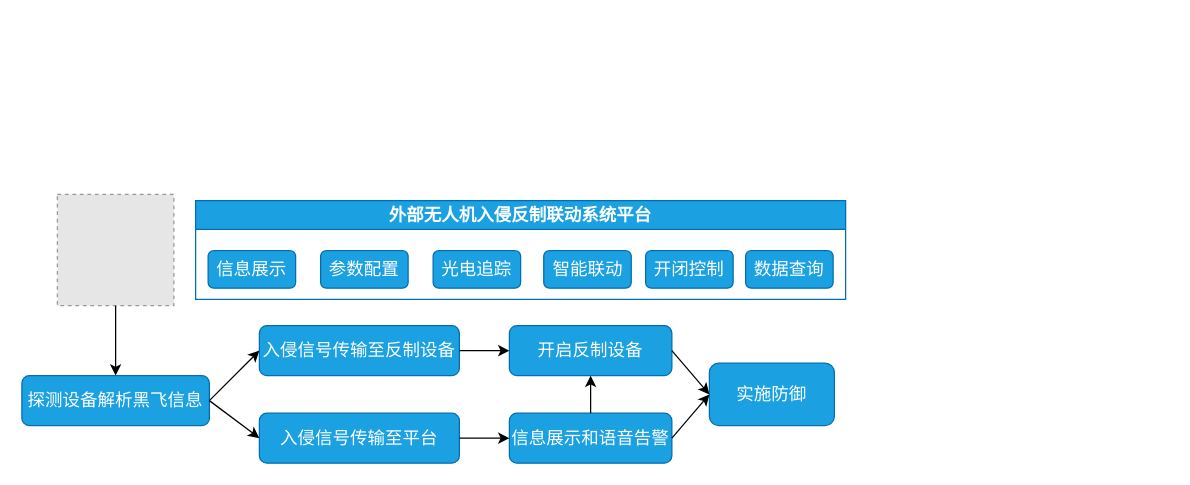
Above: 无人机原理图.drawio in linweihongvicky/mydrawio (draw.io), before the change. Source tidied: cells renumbered, new cells numbered last; positions are measured from the earlier drawing's top-left corner, leaving out a move shared by most shapes. Both pictures are drawn from the tidied source at 125%, with x=0, y=0 at pixel (21, 194). Pictures stored in the file or linked from it are replaced by grey dashed boxes.
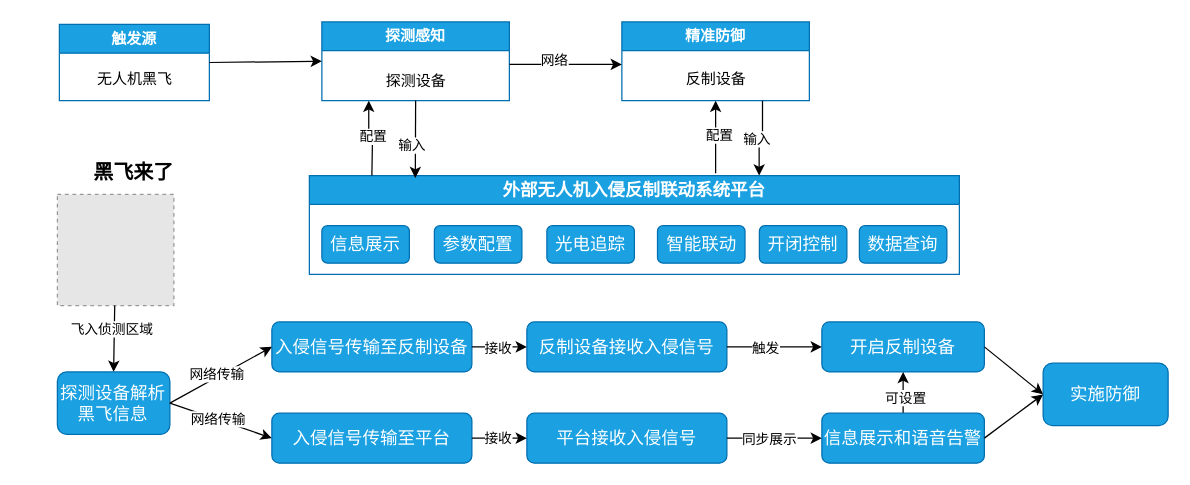
The same diagram, later.

Commit message (it also covers changes not shown here):
更新无人机原理图.drawio

The change refers to these unchanged cells:
```xml
<mxCell id="3" style="endArrow=classic;html=1;rounded=0;entryX=0.5;entryY=0;entryDx=0;entryDy=0;" parent="1" edge="1" source="2" target="4">
  <mxGeometry relative="1" as="geometry" />
</mxCell>
<mxCell id="10" style="endArrow=classic;html=1;rounded=0;entryX=0;entryY=0.5;entryDx=0;entryDy=0;exitX=1;exitY=0.5;exitDx=0;exitDy=0;" parent="1" edge="1" source="4" target="5">
  <mxGeometry relative="1" as="geometry" />
</mxCell>
<mxCell id="11" style="endArrow=classic;html=1;rounded=0;exitX=1;exitY=0.5;exitDx=0;exitDy=0;entryX=0;entryY=0.5;entryDx=0;entryDy=0;" parent="1" edge="1" source="4" target="6">
  <mxGeometry relative="1" as="geometry" />
</mxCell>
```

What changed in the source:
```diff
@@
+    <mxCell id="24" value="飞入侦测区域" style="edgeLabel;html=1;align=center;verticalAlign=middle;" parent="3" vertex="1">
+      <mxGeometry x="-0.29" y="-2" relative="1" as="geometry" />
+    </mxCell>
     <mxCell id="4" value="探测设备解析黑飞信息" style="rounded=1;whiteSpace=wrap;html=1;fillColor=#1ba1e2;strokeColor=#006EAF;fontColor=#ffffff;fontSize=14;" parent="1" vertex="1">
-      <mxGeometry y="145" width="150" height="40" as="geometry" />
+      <mxGeometry x="28.4" y="142" width="90" height="50" as="geometry" />
     </mxCell>
     <mxCell id="5" value="入侵信号传输至反制设备" style="rounded=1;whiteSpace=wrap;html=1;fillColor=#1ba1e2;strokeColor=#006EAF;fontColor=#ffffff;fontSize=14;" parent="1" vertex="1">
-      <mxGeometry x="190" y="105" width="160" height="40" as="geometry" />
+      <mxGeometry x="200" y="102" width="160" height="40" as="geometry" />
     </mxCell>
     <mxCell id="6" value="入侵信号传输至平台" style="rounded=1;whiteSpace=wrap;html=1;fillColor=#1ba1e2;strokeColor=#006EAF;fontColor=#ffffff;fontSize=14;" parent="1" vertex="1">
-      <mxGeometry x="190" y="175" width="160" height="40" as="geometry" />
+      <mxGeometry x="200" y="175" width="160" height="40" as="geometry" />
     </mxCell>
     <mxCell id="7" value="开启反制设备" style="rounded=1;whiteSpace=wrap;html=1;fillColor=#1ba1e2;strokeColor=#006EAF;fontColor=#ffffff;fontSize=14;" parent="1" vertex="1">
-      <mxGeometry x="390" y="105" width="130" height="40" as="geometry" />
+      <mxGeometry x="640" y="102" width="130" height="40" as="geometry" />
     </mxCell>
+    <mxCell id="16" style="rounded=0;jettySize=auto;html=1;" parent="1" edge="1" source="8" target="7">
+      <mxGeometry relative="1" as="geometry" />
+    </mxCell>
+    <mxCell id="25" value="可设置" style="edgeLabel;html=1;align=center;verticalAlign=middle;" parent="16" vertex="1">
+      <mxGeometry x="-0.21" y="-1" relative="1" as="geometry" />
+    </mxCell>
     <mxCell id="8" value="信息展示和语音告警" style="rounded=1;whiteSpace=wrap;html=1;fillColor=#1ba1e2;strokeColor=#006EAF;fontColor=#ffffff;fontSize=14;" parent="1" vertex="1">
-      <mxGeometry x="390" y="175" width="130" height="40" as="geometry" />
+      <mxGeometry x="640" y="175" width="130" height="40" as="geometry" />
     </mxCell>
     <mxCell id="9" value="实施防御" style="rounded=1;whiteSpace=wrap;html=1;fillColor=#1ba1e2;strokeColor=#006EAF;fontColor=#ffffff;fontSize=14;" parent="1" vertex="1">
-      <mxGeometry x="550" y="135" width="100" height="50" as="geometry" />
+      <mxGeometry x="817" y="135" width="100" height="50" as="geometry" />
     </mxCell>
@@
+    <mxCell id="26" value="网络传输" style="edgeLabel;html=1;align=center;verticalAlign=middle;" parent="10" vertex="1">
+      <mxGeometry x="-0.05" y="3" relative="1" as="geometry" />
+    </mxCell>
@@
-    <mxCell id="12" style="endArrow=classic;html=1;rounded=0;entryX=0;entryY=0.5;entryDx=0;entryDy=0;exitX=1;exitY=0.5;exitDx=0;exitDy=0;" parent="1" edge="1" source="5" target="7">
-      <mxGeometry relative="1" as="geometry" />
-    </mxCell>
-    <mxCell id="13" style="endArrow=classic;html=1;rounded=0;entryX=0;entryY=0.5;entryDx=0;entryDy=0;exitX=1;exitY=0.5;exitDx=0;exitDy=0;" parent="1" edge="1" source="6" target="8">
-      <mxGeometry relative="1" as="geometry" />
-    </mxCell>
+    <mxCell id="27" value="网络传输" style="edgeLabel;html=1;align=center;verticalAlign=middle;" parent="11" vertex="1">
+      <mxGeometry x="-0.08" y="1" relative="1" as="geometry" />
+    </mxCell>
@@
-    <mxCell id="16" style="endArrow=classic;html=1;rounded=0;entryX=0.5;entryY=1;entryDx=0;entryDy=0;" parent="1" edge="1" source="8" target="7">
-      <mxGeometry relative="1" as="geometry" />
-    </mxCell>
     <mxCell id="17" value="&lt;font style=&quot;font-size: 14px;&quot;&gt;外部无人机入侵反制联动系统平台&lt;/font&gt;" style="swimlane;whiteSpace=wrap;html=1;fillColor=#1ba1e2;fontColor=#ffffff;strokeColor=#006EAF;" parent="1" vertex="1">
-      <mxGeometry x="139" y="5" width="520" height="79" as="geometry" />
+      <mxGeometry x="230" y="-15" width="520" height="79" as="geometry" />
     </mxCell>
@@
+    <mxCell id="28" value="&lt;font style=&quot;font-size: 16px;&quot;&gt;黑飞来了&lt;/font&gt;" style="text;strokeColor=none;fillColor=none;html=1;fontSize=24;fontStyle=1;verticalAlign=middle;align=center;" parent="1" vertex="1">
+      <mxGeometry x="39" y="-40" width="100" height="40" as="geometry" />
+    </mxCell>
+    <mxCell id="29" value="反制设备接收入侵信号" style="rounded=1;whiteSpace=wrap;html=1;fillColor=#1ba1e2;strokeColor=#006EAF;fontColor=#ffffff;fontSize=14;" parent="1" vertex="1">
+      <mxGeometry x="404" y="102" width="160" height="40" as="geometry" />
+    </mxCell>
+    <mxCell id="30" style="endArrow=classic;html=1;rounded=0;entryX=0;entryY=0.5;entryDx=0;entryDy=0;" parent="1" edge="1" target="29">
+      <mxGeometry relative="1" as="geometry">
+        <mxPoint x="360" y="122" as="sourcePoint" />
+      </mxGeometry>
+    </mxCell>
+    <mxCell id="31" value="接收" style="edgeLabel;html=1;align=center;verticalAlign=middle;" parent="30" vertex="1">
+      <mxGeometry x="-0.09" relative="1" as="geometry" />
+    </mxCell>
+    <mxCell id="32" value="平台接收入侵信号" style="rounded=1;whiteSpace=wrap;html=1;fillColor=#1ba1e2;strokeColor=#006EAF;fontColor=#ffffff;fontSize=14;" parent="1" vertex="1">
+      <mxGeometry x="404" y="175" width="160" height="40" as="geometry" />
+    </mxCell>
+    <mxCell id="33" style="endArrow=classic;html=1;rounded=0;entryX=0;entryY=0.5;entryDx=0;entryDy=0;" parent="1" edge="1" source="6" target="32">
+      <mxGeometry relative="1" as="geometry" />
+    </mxCell>
+    <mxCell id="34" value="接收" style="edgeLabel;html=1;align=center;verticalAlign=middle;" parent="33" vertex="1">
+      <mxGeometry x="-0.09" y="1" relative="1" as="geometry" />
+    </mxCell>
+    <mxCell id="35" style="endArrow=classic;html=1;rounded=0;entryX=0;entryY=0.5;entryDx=0;entryDy=0;exitX=1;exitY=0.5;exitDx=0;exitDy=0;" parent="1" edge="1" source="29" target="7">
+      <mxGeometry relative="1" as="geometry" />
+    </mxCell>
+    <mxCell id="36" value="触发" style="edgeLabel;html=1;align=center;verticalAlign=middle;" parent="35" vertex="1">
+      <mxGeometry x="-0.21" relative="1" as="geometry" />
+    </mxCell>
+    <mxCell id="37" style="endArrow=classic;html=1;rounded=0;entryX=0;entryY=0.5;entryDx=0;entryDy=0;exitX=1;exitY=0.5;exitDx=0;exitDy=0;" parent="1" edge="1" source="32" target="8">
+      <mxGeometry relative="1" as="geometry" />
+    </mxCell>
+    <mxCell id="38" value="同步展示" style="edgeLabel;html=1;align=center;verticalAlign=middle;" parent="37" vertex="1">
+      <mxGeometry x="-0.13" relative="1" as="geometry" />
+    </mxCell>
+    <mxCell id="39" value="触发源" style="swimlane;whiteSpace=wrap;html=1;fillColor=#1ba1e2;fontColor=#ffffff;strokeColor=#006EAF;" parent="1" vertex="1">
+      <mxGeometry x="30" y="-136" width="120" height="61" as="geometry" />
+    </mxCell>
+    <mxCell id="40" value="无人机黑飞" style="text;html=1;align=center;verticalAlign=middle;" parent="39" vertex="1">
+      <mxGeometry x="20" y="29" width="80" height="30" as="geometry" />
+    </mxCell>
+    <mxCell id="41" value="探测感知" style="swimlane;whiteSpace=wrap;html=1;fillColor=#1ba1e2;fontColor=#ffffff;strokeColor=#006EAF;startSize=23;" parent="1" vertex="1">
+      <mxGeometry x="240" y="-138" width="150" height="63" as="geometry" />
+    </mxCell>
+    <mxCell id="42" value="探测设备" style="text;html=1;align=center;verticalAlign=middle;strokeColor=none;fillColor=none;" parent="41" vertex="1">
+      <mxGeometry x="40" y="33" width="70" height="30" as="geometry" />
+    </mxCell>
+    <mxCell id="43" value="精准防御" style="swimlane;whiteSpace=wrap;html=1;fillColor=#1ba1e2;fontColor=#ffffff;strokeColor=#006EAF;" parent="1" vertex="1">
+      <mxGeometry x="480" y="-138" width="150" height="63" as="geometry" />
+    </mxCell>
+    <mxCell id="44" value="反制设备" style="text;html=1;align=center;verticalAlign=middle;strokeColor=none;fillColor=none;" parent="43" vertex="1">
+      <mxGeometry x="40" y="31" width="70" height="30" as="geometry" />
+    </mxCell>
+    <mxCell id="45" style="endArrow=classic;html=1;rounded=0;exitX=1;exitY=0.5;exitDx=0;exitDy=0;entryX=0;entryY=0.5;entryDx=0;entryDy=0;" parent="1" edge="1" source="39" target="41">
+      <mxGeometry relative="1" as="geometry" />
+    </mxCell>
+    <mxCell id="46" style="endArrow=classic;html=1;rounded=0;" parent="1" edge="1">
+      <mxGeometry relative="1" as="geometry">
+        <mxPoint x="390" y="-104" as="sourcePoint" />
+        <mxPoint x="480" y="-104" as="targetPoint" />
+      </mxGeometry>
+    </mxCell>
+    <mxCell id="47" value="网络" style="edgeLabel;html=1;align=center;verticalAlign=middle;" parent="46" vertex="1">
+      <mxGeometry x="-0.23" y="4" relative="1" as="geometry" />
+    </mxCell>
+    <mxCell id="48" style="endArrow=classic;html=1;rounded=0;entryX=0.25;entryY=1;entryDx=0;entryDy=0;edgeStyle=orthogonalEdgeStyle;" parent="1" edge="1" target="41">
+      <mxGeometry relative="1" as="geometry">
+        <mxPoint x="280" y="-15" as="sourcePoint" />
+      </mxGeometry>
+    </mxCell>
+    <mxCell id="49" value="配置" style="edgeLabel;html=1;align=center;verticalAlign=middle;" parent="48" vertex="1">
+      <mxGeometry x="-0.04" y="-2" relative="1" as="geometry" />
+    </mxCell>
+    <mxCell id="50" style="endArrow=classic;html=1;rounded=0;exitX=0.5;exitY=1;exitDx=0;exitDy=0;entryX=0.163;entryY=0.025;entryDx=0;entryDy=0;entryPerimeter=0;" parent="1" edge="1" source="41" target="17">
+      <mxGeometry relative="1" as="geometry" />
+    </mxCell>
+    <mxCell id="51" value="输入" style="edgeLabel;html=1;align=center;verticalAlign=middle;" parent="50" vertex="1">
+      <mxGeometry x="0.16" y="-3" relative="1" as="geometry" />
+    </mxCell>
+    <mxCell id="52" style="endArrow=classic;html=1;rounded=0;entryX=0.5;entryY=1;entryDx=0;entryDy=0;exitX=0.625;exitY=-0.025;exitDx=0;exitDy=0;exitPerimeter=0;" parent="1" edge="1" source="17" target="43">
+      <mxGeometry relative="1" as="geometry" />
+    </mxCell>
+    <mxCell id="53" value="配置" style="edgeLabel;html=1;align=center;verticalAlign=middle;" parent="52" vertex="1">
+      <mxGeometry x="0.07" y="-2" relative="1" as="geometry" />
+    </mxCell>
+    <mxCell id="54" style="endArrow=classic;html=1;rounded=0;entryX=0.692;entryY=0;entryDx=0;entryDy=0;entryPerimeter=0;exitX=0.75;exitY=1;exitDx=0;exitDy=0;edgeStyle=orthogonalEdgeStyle;" parent="1" edge="1" source="43" target="17">
+      <mxGeometry relative="1" as="geometry" />
+    </mxCell>
+    <mxCell id="55" value="输入" style="edgeLabel;html=1;align=center;verticalAlign=middle;" parent="54" vertex="1">
+      <mxGeometry x="0.04" y="-2" relative="1" as="geometry" />
+    </mxCell>
```
